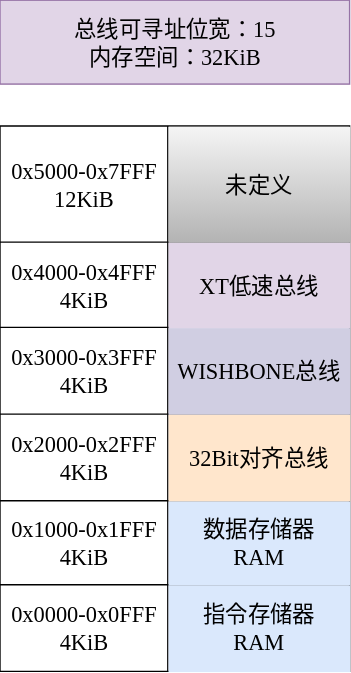
Before: assets/内存映射.svg, a diagram exported from draw.io (XuanTongYao/XT_RISC-V_Soc). Source tidied: cells renumbered, new cells last; positions are measured from the earlier drawing's top-left corner, leaving out a move shared by most shapes. The source it was exported from:
```xml
<mxGraphModel>
  <root>
    <mxCell id="0" />
    <mxCell id="1" parent="0" />
    <mxCell id="2" style="shape=table;startSize=0;fontSize=16;swimlaneFillColor=none;rowLines=1;columnLines=1;left=1;arcSize=15;fontFamily=等宽正黑;labelPosition=center;verticalLabelPosition=middle;align=center;verticalAlign=middle;strokeColor=default;strokeWidth=1;fillColor=default;" parent="1" vertex="1">
      <mxGeometry y="90" width="250" height="390" as="geometry" />
    </mxCell>
    <mxCell id="3" style="shape=tableRow;horizontal=0;startSize=0;swimlaneHead=0;swimlaneBody=0;strokeColor=inherit;top=0;left=0;bottom=0;right=0;fillColor=none;fontSize=16;fontFamily=等宽正黑;swimlaneLine=0;" parent="2" vertex="1">
      <mxGeometry width="250" height="83" as="geometry" />
    </mxCell>
    <mxCell id="4" value="&lt;div&gt;0x5000-0x7FFF&lt;/div&gt;12KiB" style="shape=partialRectangle;html=1;whiteSpace=wrap;strokeColor=inherit;overflow=hidden;fillColor=none;top=0;left=0;bottom=0;right=0;fontSize=16;fontFamily=等宽正黑;swimlaneLine=0;strokeWidth=0;" parent="3" vertex="1">
      <mxGeometry width="120" height="83" as="geometry" />
    </mxCell>
    <mxCell id="5" value="未定义" style="shape=partialRectangle;html=1;whiteSpace=wrap;strokeColor=inherit;overflow=hidden;fillColor=#f5f5f5;top=0;left=0;bottom=0;right=0;fontSize=16;fontFamily=等宽正黑;gradientColor=#b3b3b3;swimlaneLine=0;strokeWidth=0;" parent="3" vertex="1">
      <mxGeometry x="120" width="130" height="83" as="geometry" />
    </mxCell>
    <mxCell id="6" style="shape=tableRow;horizontal=0;startSize=0;swimlaneHead=0;swimlaneBody=0;strokeColor=inherit;top=0;left=0;bottom=0;right=0;fillColor=none;fontSize=16;fontFamily=等宽正黑;swimlaneLine=0;" parent="2" vertex="1">
      <mxGeometry y="83" width="250" height="61" as="geometry" />
    </mxCell>
    <mxCell id="7" value="&lt;div&gt;0x4000-0x4FFF&lt;/div&gt;4KiB" style="shape=partialRectangle;html=1;whiteSpace=wrap;strokeColor=inherit;overflow=hidden;fillColor=none;top=0;left=0;bottom=0;right=0;fontSize=16;fontFamily=等宽正黑;swimlaneLine=0;strokeWidth=0;" parent="6" vertex="1">
      <mxGeometry width="120" height="61" as="geometry" />
    </mxCell>
    <mxCell id="8" value="XT低速总线" style="shape=partialRectangle;html=1;whiteSpace=wrap;strokeColor=inherit;overflow=hidden;fillColor=#e1d5e7;top=0;left=0;bottom=0;right=0;fontSize=16;fontFamily=等宽正黑;swimlaneLine=0;strokeWidth=0;" parent="6" vertex="1">
      <mxGeometry x="120" width="130" height="61" as="geometry" />
    </mxCell>
    <mxCell id="9" style="shape=tableRow;horizontal=0;startSize=0;swimlaneHead=0;swimlaneBody=0;strokeColor=inherit;top=0;left=0;bottom=0;right=0;fillColor=none;fontSize=16;fontFamily=等宽正黑;swimlaneLine=0;" parent="2" vertex="1">
      <mxGeometry y="144" width="250" height="62" as="geometry" />
    </mxCell>
    <mxCell id="10" value="&lt;div&gt;0x3000-0x3FFF&lt;/div&gt;4KiB" style="shape=partialRectangle;html=1;whiteSpace=wrap;strokeColor=inherit;overflow=hidden;fillColor=none;top=0;left=0;bottom=0;right=0;fontSize=16;fontFamily=等宽正黑;swimlaneLine=0;strokeWidth=0;" parent="9" vertex="1">
      <mxGeometry width="120" height="62" as="geometry" />
    </mxCell>
    <mxCell id="11" value="WISHBONE&lt;span style=&quot;background-color: transparent; color: light-dark(rgb(0, 0, 0), rgb(255, 255, 255));&quot;&gt;总线&lt;/span&gt;" style="shape=partialRectangle;html=1;whiteSpace=wrap;strokeColor=inherit;overflow=hidden;fillColor=#d0cee2;top=0;left=0;bottom=0;right=0;fontSize=16;fontFamily=等宽正黑;swimlaneLine=0;strokeWidth=0;" parent="9" vertex="1">
      <mxGeometry x="120" width="130" height="62" as="geometry" />
    </mxCell>
    <mxCell id="12" style="shape=tableRow;horizontal=0;startSize=0;swimlaneHead=0;swimlaneBody=0;strokeColor=inherit;top=0;left=0;bottom=0;right=0;fillColor=none;fontSize=16;fontFamily=等宽正黑;swimlaneLine=0;" parent="2" vertex="1">
      <mxGeometry y="206" width="250" height="62" as="geometry" />
    </mxCell>
    <mxCell id="13" value="&lt;div&gt;0x2000-0x2FFF&lt;/div&gt;4KiB" style="shape=partialRectangle;html=1;whiteSpace=wrap;strokeColor=inherit;overflow=hidden;fillColor=none;top=0;left=0;bottom=0;right=0;fontSize=16;fontFamily=等宽正黑;swimlaneLine=0;strokeWidth=0;" parent="12" vertex="1">
      <mxGeometry width="120" height="62" as="geometry" />
    </mxCell>
    <mxCell id="14" value="32Bit对齐总线" style="shape=partialRectangle;html=1;whiteSpace=wrap;strokeColor=inherit;overflow=hidden;fillColor=#ffe6cc;top=0;left=0;bottom=0;right=0;fontSize=16;fontFamily=等宽正黑;swimlaneLine=0;strokeWidth=0;" parent="12" vertex="1">
      <mxGeometry x="120" width="130" height="62" as="geometry" />
    </mxCell>
    <mxCell id="15" style="shape=tableRow;horizontal=0;startSize=0;swimlaneHead=0;swimlaneBody=0;strokeColor=inherit;top=0;left=0;bottom=0;right=0;fillColor=none;fontSize=16;fontFamily=等宽正黑;swimlaneLine=0;" parent="2" vertex="1">
      <mxGeometry y="268" width="250" height="60" as="geometry" />
    </mxCell>
    <mxCell id="16" value="&lt;div&gt;0x1000-0x1FFF&lt;/div&gt;4KiB" style="shape=partialRectangle;html=1;whiteSpace=wrap;strokeColor=inherit;overflow=hidden;fillColor=none;top=0;left=0;bottom=0;right=0;fontSize=16;fontFamily=等宽正黑;swimlaneLine=0;strokeWidth=0;" parent="15" vertex="1">
      <mxGeometry width="120" height="60" as="geometry" />
    </mxCell>
    <mxCell id="17" value="数据存储器&lt;div&gt;RAM&lt;/div&gt;" style="shape=partialRectangle;html=1;whiteSpace=wrap;strokeColor=inherit;overflow=hidden;fillColor=#dae8fc;top=0;left=0;bottom=0;right=0;fontSize=16;fontFamily=等宽正黑;strokeWidth=0;perimeterSpacing=0;swimlaneLine=0;" parent="15" vertex="1">
      <mxGeometry x="120" width="130" height="60" as="geometry" />
    </mxCell>
    <mxCell id="18" style="shape=tableRow;horizontal=0;startSize=0;swimlaneHead=0;swimlaneBody=0;strokeColor=inherit;top=0;left=0;bottom=0;right=0;fillColor=none;fontSize=16;fontFamily=等宽正黑;swimlaneLine=0;" parent="2" vertex="1">
      <mxGeometry y="328" width="250" height="62" as="geometry" />
    </mxCell>
    <mxCell id="19" value="&lt;div&gt;0x0000-0x0FFF&lt;/div&gt;4KiB" style="shape=partialRectangle;html=1;strokeColor=inherit;overflow=hidden;fillColor=none;top=0;left=0;bottom=0;right=0;fontSize=16;fontFamily=等宽正黑;labelPosition=center;verticalLabelPosition=middle;align=center;verticalAlign=middle;fontColor=default;whiteSpace=wrap;fontStyle=0;horizontal=1;spacing=2;spacingTop=0;spacingBottom=0;dashed=1;dashPattern=1 1;swimlaneLine=0;strokeWidth=0;" parent="18" vertex="1">
      <mxGeometry width="120" height="62" as="geometry" />
    </mxCell>
    <mxCell id="20" value="指令存储器&lt;div&gt;RAM&lt;/div&gt;" style="shape=partialRectangle;html=1;whiteSpace=wrap;strokeColor=inherit;overflow=hidden;fillColor=#dae8fc;top=0;left=0;bottom=0;right=0;fontSize=16;fontFamily=等宽正黑;strokeWidth=0;swimlaneLine=0;fillStyle=solid;gradientColor=none;" parent="18" vertex="1">
      <mxGeometry x="120" width="130" height="62" as="geometry" />
    </mxCell>
    <mxCell id="21" value="&lt;span style=&quot;font-family: 等宽正黑; font-size: 16px; text-align: left;&quot;&gt;总线可寻址位宽：15&lt;/span&gt;&lt;div&gt;&lt;span style=&quot;font-family: 等宽正黑; font-size: 16px; text-align: left;&quot;&gt;内存空间：32KiB&lt;/span&gt;&lt;/div&gt;" style="rounded=0;whiteSpace=wrap;html=1;fillColor=#e1d5e7;strokeColor=#9673a6;" parent="1" vertex="1">
      <mxGeometry width="250" height="60" as="geometry" />
    </mxCell>
  </root>
</mxGraphModel>
```
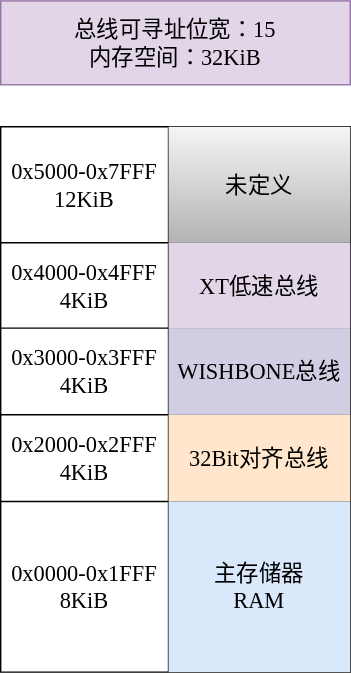
The same diagram one commit later.

What changed in the source:
```diff
@@ -44,21 +44,15 @@
     <mxCell id="15" style="shape=tableRow;horizontal=0;startSize=0;swimlaneHead=0;swimlaneBody=0;strokeColor=inherit;top=0;left=0;bottom=0;right=0;fillColor=none;fontSize=16;fontFamily=等宽正黑;swimlaneLine=0;" parent="2" vertex="1">
       <mxGeometry y="268" width="250" height="60" as="geometry" />
     </mxCell>
-    <mxCell id="16" value="&lt;div&gt;0x1000-0x1FFF&lt;/div&gt;4KiB" style="shape=partialRectangle;html=1;whiteSpace=wrap;strokeColor=inherit;overflow=hidden;fillColor=none;top=0;left=0;bottom=0;right=0;fontSize=16;fontFamily=等宽正黑;swimlaneLine=0;strokeWidth=0;" parent="15" vertex="1">
-      <mxGeometry width="120" height="60" as="geometry" />
+    <mxCell id="16" value="&lt;div&gt;0x0000-0x1FFF&lt;/div&gt;8KiB" style="shape=partialRectangle;html=1;whiteSpace=wrap;strokeColor=inherit;overflow=hidden;fillColor=none;top=0;left=0;bottom=0;right=0;fontSize=16;fontFamily=等宽正黑;swimlaneLine=0;strokeWidth=0;rowspan=2;colspan=1;" parent="15" vertex="1">
+      <mxGeometry width="120" height="122" as="geometry" />
     </mxCell>
-    <mxCell id="17" value="数据存储器&lt;div&gt;RAM&lt;/div&gt;" style="shape=partialRectangle;html=1;whiteSpace=wrap;strokeColor=inherit;overflow=hidden;fillColor=#dae8fc;top=0;left=0;bottom=0;right=0;fontSize=16;fontFamily=等宽正黑;strokeWidth=0;perimeterSpacing=0;swimlaneLine=0;" parent="15" vertex="1">
-      <mxGeometry x="120" width="130" height="60" as="geometry" />
+    <mxCell id="17" value="主存储器&lt;div&gt;RAM&lt;/div&gt;" style="shape=partialRectangle;html=1;whiteSpace=wrap;strokeColor=inherit;overflow=hidden;fillColor=#dae8fc;top=0;left=0;bottom=0;right=0;fontSize=16;fontFamily=等宽正黑;strokeWidth=0;perimeterSpacing=0;swimlaneLine=0;rowspan=2;colspan=1;" parent="15" vertex="1">
+      <mxGeometry x="120" width="130" height="122" as="geometry" />
     </mxCell>
     <mxCell id="18" style="shape=tableRow;horizontal=0;startSize=0;swimlaneHead=0;swimlaneBody=0;strokeColor=inherit;top=0;left=0;bottom=0;right=0;fillColor=none;fontSize=16;fontFamily=等宽正黑;swimlaneLine=0;" parent="2" vertex="1">
       <mxGeometry y="328" width="250" height="62" as="geometry" />
     </mxCell>
-    <mxCell id="19" value="&lt;div&gt;0x0000-0x0FFF&lt;/div&gt;4KiB" style="shape=partialRectangle;html=1;strokeColor=inherit;overflow=hidden;fillColor=none;top=0;left=0;bottom=0;right=0;fontSize=16;fontFamily=等宽正黑;labelPosition=center;verticalLabelPosition=middle;align=center;verticalAlign=middle;fontColor=default;whiteSpace=wrap;fontStyle=0;horizontal=1;spacing=2;spacingTop=0;spacingBottom=0;dashed=1;dashPattern=1 1;swimlaneLine=0;strokeWidth=0;" parent="18" vertex="1">
-      <mxGeometry width="120" height="62" as="geometry" />
-    </mxCell>
-    <mxCell id="20" value="指令存储器&lt;div&gt;RAM&lt;/div&gt;" style="shape=partialRectangle;html=1;whiteSpace=wrap;strokeColor=inherit;overflow=hidden;fillColor=#dae8fc;top=0;left=0;bottom=0;right=0;fontSize=16;fontFamily=等宽正黑;strokeWidth=0;swimlaneLine=0;fillStyle=solid;gradientColor=none;" parent="18" vertex="1">
-      <mxGeometry x="120" width="130" height="62" as="geometry" />
-    </mxCell>
     <mxCell id="21" value="&lt;span style=&quot;font-family: 等宽正黑; font-size: 16px; text-align: left;&quot;&gt;总线可寻址位宽：15&lt;/span&gt;&lt;div&gt;&lt;span style=&quot;font-family: 等宽正黑; font-size: 16px; text-align: left;&quot;&gt;内存空间：32KiB&lt;/span&gt;&lt;/div&gt;" style="rounded=0;whiteSpace=wrap;html=1;fillColor=#e1d5e7;strokeColor=#9673a6;" parent="1" vertex="1">
       <mxGeometry width="250" height="60" as="geometry" />
     </mxCell>
```
